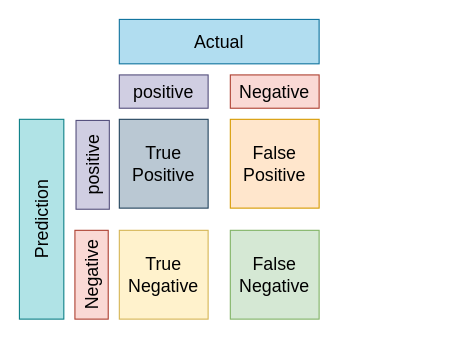
Earlier version of the draw.io diagram confusion_matrics.drawio (puresummersky/ML_web). Source tidied: cells renumbered, new cells numbered last; positions are measured from the earlier drawing's top-left corner, leaving out a move shared by most shapes. Both pictures are drawn from the tidied source at 111%, with x=0, y=0 at pixel (-59, 19).
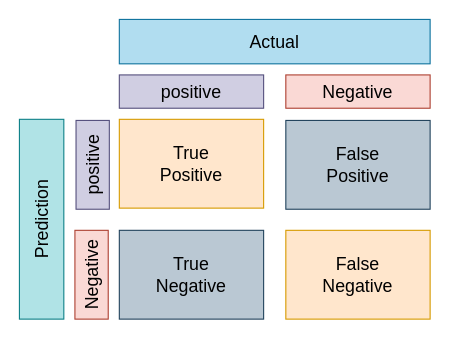
The same diagram, later.

The edit, as a diff of the source:
```diff
@@
 <mxGraphModel>
   <root>
     <mxCell id="0" />
     <mxCell id="1" parent="0" />
     <mxCell id="2" value="&lt;font style=&quot;font-size: 16px;&quot;&gt;Actual&lt;/font&gt;" style="rounded=0;whiteSpace=wrap;html=1;fontSize=16;fillColor=#b1ddf0;strokeColor=#10739e;" parent="1" vertex="1">
-      <mxGeometry x="160" width="180" height="40" as="geometry" />
+      <mxGeometry x="160" width="280" height="40" as="geometry" />
     </mxCell>
     <mxCell id="3" value="&lt;font style=&quot;font-size: 16px;&quot;&gt;Prediction&lt;/font&gt;" style="rounded=0;whiteSpace=wrap;html=1;rotation=-90;fontSize=16;fillColor=#b0e3e6;strokeColor=#0e8088;" parent="1" vertex="1">
       <mxGeometry y="160" width="180" height="40" as="geometry" />
     </mxCell>
     <mxCell id="4" value="&lt;font style=&quot;font-size: 16px;&quot;&gt;positive&lt;/font&gt;" style="rounded=0;whiteSpace=wrap;html=1;fontSize=16;fillColor=#d0cee2;strokeColor=#56517e;" parent="1" vertex="1">
-      <mxGeometry x="160" y="50" width="80" height="30" as="geometry" />
+      <mxGeometry x="160" y="50" width="130" height="30" as="geometry" />
     </mxCell>
     <mxCell id="5" value="&lt;font style=&quot;font-size: 16px;&quot;&gt;Negative&lt;/font&gt;" style="rounded=0;whiteSpace=wrap;html=1;fontSize=16;fillColor=#fad9d5;strokeColor=#ae4132;" parent="1" vertex="1">
-      <mxGeometry x="260" y="50" width="80" height="30" as="geometry" />
+      <mxGeometry x="310" y="50" width="130" height="30" as="geometry" />
     </mxCell>
     <mxCell id="6" value="&lt;font style=&quot;font-size: 16px;&quot;&gt;positive&lt;/font&gt;" style="rounded=0;whiteSpace=wrap;html=1;fontSize=16;rotation=-90;fillColor=#d0cee2;strokeColor=#56517e;" parent="1" vertex="1">
       <mxGeometry x="96" y="116" width="80" height="30" as="geometry" />
     </mxCell>
     <mxCell id="7" value="&lt;font style=&quot;font-size: 16px;&quot;&gt;Negative&lt;/font&gt;" style="rounded=0;whiteSpace=wrap;html=1;fontSize=16;rotation=-90;fillColor=#fad9d5;strokeColor=#ae4132;" parent="1" vertex="1">
       <mxGeometry x="95" y="215" width="80" height="30" as="geometry" />
     </mxCell>
-    <mxCell id="8" value="&lt;div style=&quot;font-size: 16px;&quot;&gt;&lt;font style=&quot;font-size: 16px;&quot;&gt;True&lt;/font&gt;&lt;/div&gt;&lt;div style=&quot;font-size: 16px;&quot;&gt;&lt;font style=&quot;font-size: 16px;&quot;&gt;Positive&lt;br style=&quot;font-size: 16px;&quot;&gt;&lt;/font&gt;&lt;/div&gt;" style="rounded=0;whiteSpace=wrap;html=1;fontSize=16;fillColor=#bac8d3;strokeColor=#23445d;" parent="1" vertex="1">
-      <mxGeometry x="160" y="90" width="80" height="80" as="geometry" />
+    <mxCell id="8" value="&lt;div style=&quot;font-size: 16px;&quot;&gt;&lt;font style=&quot;font-size: 16px;&quot;&gt;True&lt;/font&gt;&lt;/div&gt;&lt;div style=&quot;font-size: 16px;&quot;&gt;&lt;font style=&quot;font-size: 16px;&quot;&gt;Positive&lt;br style=&quot;font-size: 16px;&quot;&gt;&lt;/font&gt;&lt;/div&gt;" style="rounded=0;whiteSpace=wrap;html=1;fontSize=16;fillColor=#ffe6cc;strokeColor=#d79b00;" parent="1" vertex="1">
+      <mxGeometry x="160" y="90" width="130" height="80" as="geometry" />
     </mxCell>
-    <mxCell id="9" value="False&lt;br style=&quot;font-size: 16px;&quot;&gt;&lt;div style=&quot;font-size: 16px;&quot;&gt;&lt;font style=&quot;font-size: 16px;&quot;&gt;Positive&lt;br style=&quot;font-size: 16px;&quot;&gt;&lt;/font&gt;&lt;/div&gt;" style="rounded=0;whiteSpace=wrap;html=1;fontSize=16;fillColor=#ffe6cc;strokeColor=#d79b00;" parent="1" vertex="1">
-      <mxGeometry x="260" y="90" width="80" height="80" as="geometry" />
+    <mxCell id="9" value="False&lt;br style=&quot;font-size: 16px;&quot;&gt;&lt;div style=&quot;font-size: 16px;&quot;&gt;&lt;font style=&quot;font-size: 16px;&quot;&gt;Positive&lt;br style=&quot;font-size: 16px;&quot;&gt;&lt;/font&gt;&lt;/div&gt;" style="rounded=0;whiteSpace=wrap;html=1;fontSize=16;fillColor=#bac8d3;strokeColor=#23445d;" parent="1" vertex="1">
+      <mxGeometry x="310" y="91" width="130" height="80" as="geometry" />
     </mxCell>
-    <mxCell id="10" value="&lt;div style=&quot;font-size: 16px;&quot;&gt;&lt;font style=&quot;font-size: 16px;&quot;&gt;True&lt;/font&gt;&lt;/div&gt;Negative" style="rounded=0;whiteSpace=wrap;html=1;fontSize=16;fillColor=#fff2cc;strokeColor=#d6b656;" parent="1" vertex="1">
-      <mxGeometry x="160" y="190" width="80" height="80" as="geometry" />
+    <mxCell id="10" value="&lt;div style=&quot;font-size: 16px;&quot;&gt;&lt;font style=&quot;font-size: 16px;&quot;&gt;True&lt;/font&gt;&lt;/div&gt;Negative" style="rounded=0;whiteSpace=wrap;html=1;fontSize=16;fillColor=#bac8d3;strokeColor=#23445d;" parent="1" vertex="1">
+      <mxGeometry x="160" y="190" width="130" height="80" as="geometry" />
     </mxCell>
-    <mxCell id="11" value="&lt;div style=&quot;font-size: 16px;&quot;&gt;&lt;font style=&quot;font-size: 16px;&quot;&gt;False&lt;/font&gt;&lt;/div&gt;Negative" style="rounded=0;whiteSpace=wrap;html=1;fontSize=16;fillColor=#d5e8d4;strokeColor=#82b366;" parent="1" vertex="1">
-      <mxGeometry x="260" y="190" width="80" height="80" as="geometry" />
+    <mxCell id="11" value="&lt;div style=&quot;font-size: 16px;&quot;&gt;&lt;font style=&quot;font-size: 16px;&quot;&gt;False&lt;/font&gt;&lt;/div&gt;Negative" style="rounded=0;whiteSpace=wrap;html=1;fontSize=16;fillColor=#ffe6cc;strokeColor=#d79b00;" parent="1" vertex="1">
+      <mxGeometry x="310" y="190" width="130" height="80" as="geometry" />
     </mxCell>
   </root>
 </mxGraphModel>
```
